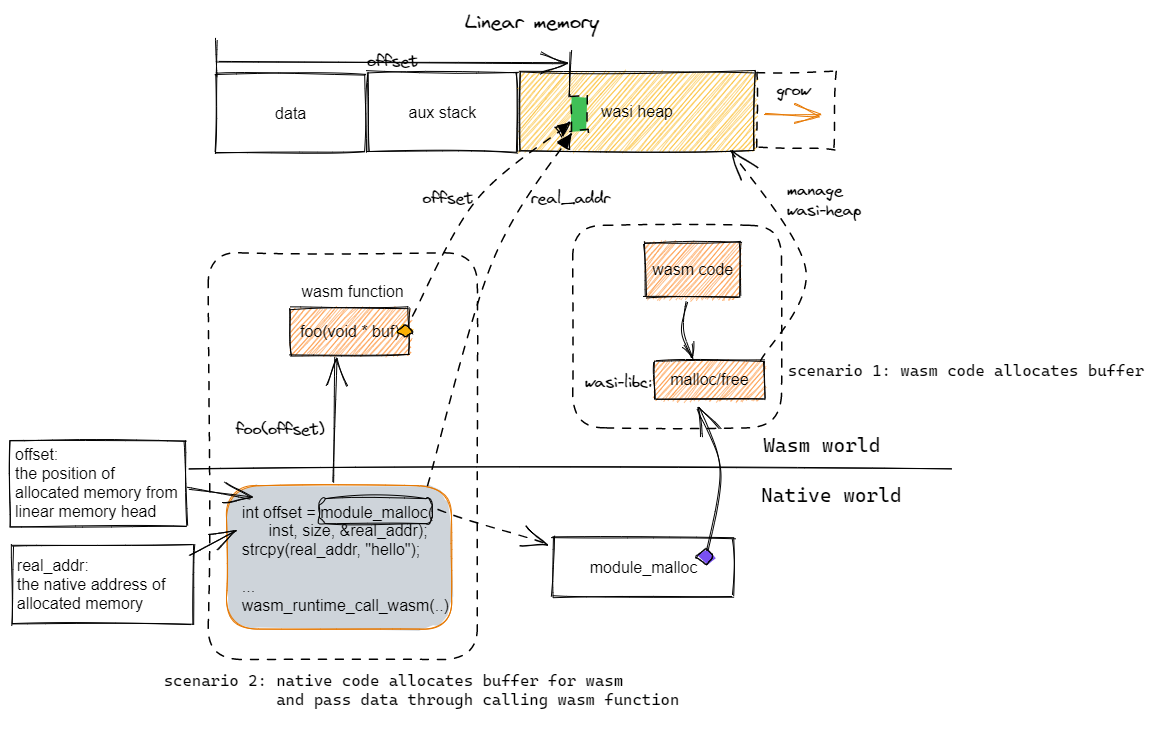
Above: content/en/blog/understand_wamr_heap/wasi_libc.excalidraw.png in bytecodealliance/wamr.dev (Excalidraw), before the change. Source tidied: one line per element, renumbered; positions are measured from the earlier drawing's top-left corner, leaving out a move shared by most shapes.
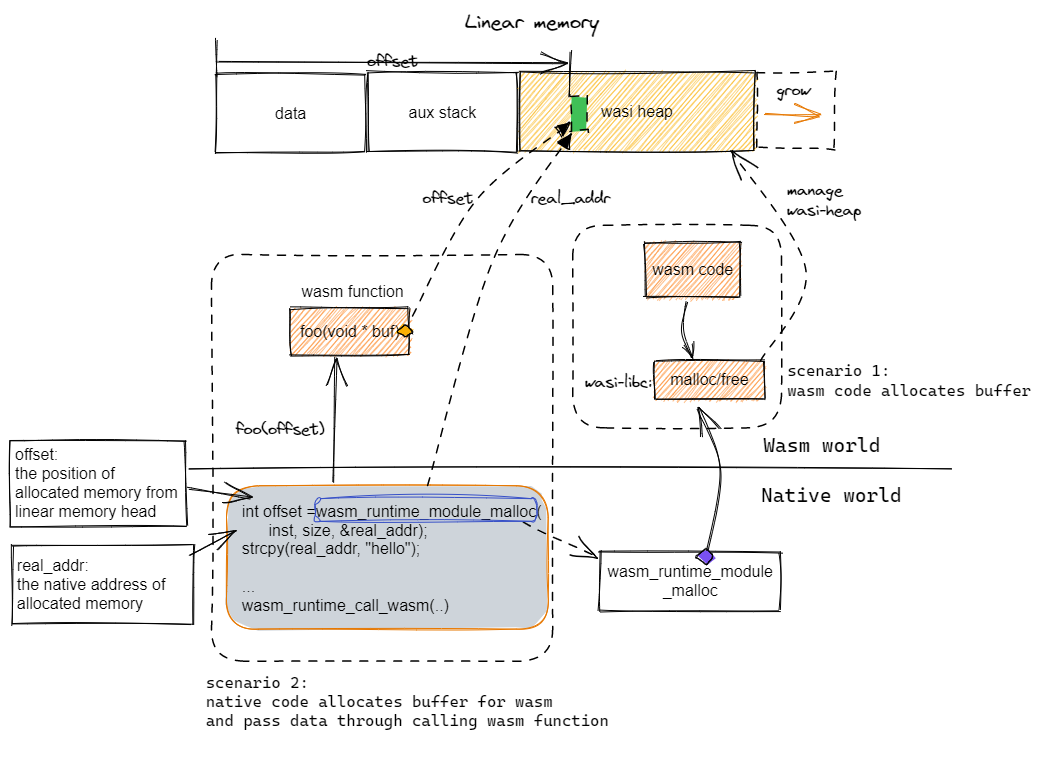
After the change.

The edit, as a diff of the source:
```diff
@@ -13,8 +13,8 @@
 {"id": 12, "type": "line", "strokeColor": "#000000", "strokeWidth": 1, "roughness": 1, "x": 179, "y": 459, "width": 762, "height": 0, "points": [[0, 0], [762, 0]]}
 {"id": 13, "type": "text", "text": "Native world", "strokeColor": "#000000", "strokeWidth": 1, "roughness": 1, "fontSize": 20, "fontFamily": 3, "x": 751, "y": 473, "width": 143, "height": 24}
 {"id": 14, "type": "text", "text": "Wasm world", "strokeColor": "#000000", "strokeWidth": 1, "roughness": 1, "fontSize": 20, "fontFamily": 3, "x": 753, "y": 423, "width": 119, "height": 24}
-{"id": 15, "type": "rectangle", "strokeColor": "#000000", "strokeWidth": 1, "roughness": 1, "x": 543, "y": 527, "width": 181, "height": 59}
+{"id": 15, "type": "rectangle", "strokeColor": "#000000", "strokeWidth": 1, "roughness": 1, "x": 590, "y": 542, "width": 181, "height": 59}
-{"id": 16, "type": "text", "text": "module_malloc", "strokeColor": "#000000", "strokeWidth": 1, "roughness": 1, "fontSize": 16, "fontFamily": 2, "textAlign": "center", "verticalAlign": "middle", "inside": 15, "x": 579, "y": 548, "width": 110, "height": 19}
+{"id": 16, "type": "text", "text": "wasm_runtime_module\n_malloc", "strokeColor": "#000000", "strokeWidth": 1, "roughness": 1, "fontSize": 16, "fontFamily": 2, "textAlign": "center", "verticalAlign": "middle", "inside": 15, "x": 597, "y": 552, "width": 166, "height": 38}
 {"id": 17, "type": "arrow", "strokeColor": "#000000", "backgroundColor": "#fd7e14", "fillStyle": "hachure", "strokeWidth": 1, "roughness": 1, "endArrowhead": "arrow", "round": true, "to": 8, "x": 698, "y": 542, "width": 23, "height": 145, "points": [[0, 0], [13, -81], [-10, -145]]}
 {"id": 18, "type": "rectangle", "strokeColor": "#000000", "strokeWidth": 1, "roughness": 1, "x": 0, "y": 430, "width": 176, "height": 86}
 {"id": 19, "type": "text", "text": "offset: \nthe position of \nallocated memory from\nlinear memory head", "strokeColor": "#000000", "backgroundColor": "#fd7e14", "fillStyle": "hachure", "strokeWidth": 1, "roughness": 1, "fontSize": 16, "fontFamily": 2, "verticalAlign": "middle", "inside": 18, "x": 5, "y": 435, "width": 164, "height": 76}
@@ -22,10 +22,10 @@
 {"id": 21, "type": "text", "text": "foo(void * buf)", "strokeColor": "#000000", "strokeWidth": 1, "strokeStyle": "dashed", "roughness": 1, "fontSize": 16, "fontFamily": 2, "textAlign": "center", "verticalAlign": "middle", "inside": 20, "x": 289, "y": 312, "width": 102, "height": 19}
 {"id": 22, "type": "arrow", "strokeColor": "#000000", "backgroundColor": "#12b886", "fillStyle": "solid", "strokeWidth": 1, "roughness": 1, "endArrowhead": "arrow", "round": true, "from": 36, "to": 20, "x": 322, "y": 472, "width": 3, "height": 125, "points": [[0, 0], [3, -125]]}
 {"id": 23, "type": "text", "text": "manage \nwasi-heap", "strokeColor": "#000000", "backgroundColor": "#82c91e", "fillStyle": "hachure", "strokeWidth": 4, "roughness": 1, "fontSize": 16, "fontFamily": 1, "x": 777, "y": 171, "width": 76, "height": 40}
-{"id": 24, "type": "rectangle", "strokeColor": "#000000", "strokeWidth": 1, "strokeStyle": "dashed", "roughness": 1, "round": true, "x": 198, "y": 243, "width": 269, "height": 407}
+{"id": 24, "type": "rectangle", "strokeColor": "#000000", "strokeWidth": 1, "strokeStyle": "dashed", "roughness": 1, "round": true, "x": 202, "y": 245, "width": 341, "height": 407}
 {"id": 25, "type": "rectangle", "strokeColor": "#000000", "strokeWidth": 1, "strokeStyle": "dashed", "roughness": 1, "round": true, "x": 563, "y": 215, "width": 209, "height": 203}
-{"id": 26, "type": "text", "text": "scenario 1: wasm code allocates buffer", "strokeColor": "#000000", "backgroundColor": "#82c91e", "fillStyle": "hachure", "strokeWidth": 4, "roughness": 1, "fontSize": 16, "fontFamily": 3, "x": 778, "y": 351, "width": 358, "height": 19}
+{"id": 26, "type": "text", "text": "scenario 1: \nwasm code allocates buffer", "strokeColor": "#000000", "backgroundColor": "#82c91e", "fillStyle": "hachure", "strokeWidth": 4, "roughness": 1, "fontSize": 16, "fontFamily": 3, "x": 777, "y": 351, "width": 246, "height": 39}
-{"id": 27, "type": "text", "text": "scenario 2: native code allocates buffer for wasm \n            and pass data through calling wasm function\n", "strokeColor": "#000000", "backgroundColor": "#82c91e", "fillStyle": "hachure", "strokeWidth": 4, "roughness": 1, "fontSize": 16, "fontFamily": 3, "x": 154, "y": 661, "width": 517, "height": 58}
+{"id": 27, "type": "text", "text": "scenario 2: \nnative code allocates buffer for wasm \nand pass data through calling wasm function\n", "strokeColor": "#000000", "backgroundColor": "#82c91e", "fillStyle": "hachure", "strokeWidth": 4, "roughness": 1, "fontSize": 16, "fontFamily": 3, "x": 196, "y": 662, "width": 404, "height": 77}
 {"id": 28, "type": "text", "text": "wasm function", "strokeColor": "#000000", "strokeWidth": 1, "strokeStyle": "dashed", "roughness": 1, "fontSize": 16, "fontFamily": 2, "x": 292, "y": 272, "width": 104, "height": 19}
 {"id": 29, "type": "text", "text": "foo(offset)", "strokeColor": "#000000", "backgroundColor": "#fd7e14", "fillStyle": "hachure", "strokeWidth": 1, "roughness": 1, "fontSize": 16, "fontFamily": 1, "x": 226, "y": 410, "width": 90, "height": 20}
 {"id": 30, "type": "rectangle", "strokeColor": "#000000", "strokeWidth": 1, "strokeStyle": "dashed", "roughness": 1, "x": 747, "y": 63, "width": 78, "height": 76}
@@ -33,13 +33,13 @@
 {"id": 32, "type": "text", "text": "grow", "strokeColor": "#000000", "strokeWidth": 1, "roughness": 1, "fontSize": 16, "fontFamily": 1, "x": 767, "y": 71, "width": 36, "height": 20}
 {"id": 33, "type": "text", "text": "wasi-libc:", "strokeColor": "#000000", "strokeWidth": 1, "roughness": 1, "fontSize": 16, "fontFamily": 1, "x": 575, "y": 363, "width": 69, "height": 20}
 {"id": 34, "type": "text", "text": "Linear memory", "strokeColor": "#000000", "strokeWidth": 1, "roughness": 1, "fontSize": 20, "fontFamily": 1, "x": 455, "y": 0, "width": 136, "height": 25}
-{"id": 35, "type": "rectangle", "strokeColor": "#e67700", "backgroundColor": "#ced4da", "fillStyle": "solid", "strokeWidth": 1, "roughness": 1, "round": true, "x": 217, "y": 476, "width": 225, "height": 143}
+{"id": 35, "type": "rectangle", "strokeColor": "#e67700", "backgroundColor": "#ced4da", "fillStyle": "solid", "strokeWidth": 1, "roughness": 1, "round": true, "x": 217, "y": 476, "width": 322, "height": 143}
-{"id": 36, "type": "text", "text": "int offset = module_malloc(\n      inst, size, &real_addr);\nstrcpy(real_addr, \"hello\");\n\n...\nwasm_runtime_call_wasm(..)\n", "strokeColor": "#000000", "backgroundColor": "#82c91e", "fillStyle": "hachure", "strokeWidth": 4, "roughness": 1, "fontSize": 16, "fontFamily": 2, "x": 232, "y": 493, "width": 208, "height": 131}
+{"id": 36, "type": "text", "text": "int offset =wasm_runtime_module_malloc(\n      inst, size, &real_addr);\nstrcpy(real_addr, \"hello\");\n\n...\nwasm_runtime_call_wasm(..)\n", "strokeColor": "#000000", "backgroundColor": "#82c91e", "fillStyle": "hachure", "strokeWidth": 4, "roughness": 1, "fontSize": 16, "fontFamily": 2, "x": 232, "y": 492, "width": 301, "height": 131}
 {"id": 37, "type": "diamond", "strokeColor": "#000000", "backgroundColor": "#fab005", "fillStyle": "solid", "strokeWidth": 1, "roughness": 1, "round": true, "x": 387, "y": 315, "width": 17, "height": 12}
-{"id": 38, "type": "arrow", "strokeColor": "#000000", "backgroundColor": "#fab005", "fillStyle": "solid", "strokeWidth": 1, "strokeStyle": "dashed", "roughness": 1, "endArrowhead": "arrow", "from": 39, "to": 15, "x": 427, "y": 500, "width": 113, "height": 34, "points": [[0, 0], [113, 34]]}
+{"id": 38, "type": "arrow", "strokeColor": "#000000", "backgroundColor": "#fab005", "fillStyle": "solid", "strokeWidth": 1, "strokeStyle": "dashed", "roughness": 1, "endArrowhead": "arrow", "from": 39, "x": 512, "y": 512, "width": 78, "height": 35, "points": [[0, 0], [78, 35]]}
-{"id": 39, "type": "rectangle", "strokeColor": "#000000", "strokeWidth": 1, "roughness": 2, "round": true, "x": 309, "y": 489, "width": 113, "height": 25}
+{"id": 39, "type": "rectangle", "strokeColor": "#364fc7", "strokeWidth": 1, "roughness": 2, "round": true, "x": 305, "y": 489, "width": 222, "height": 23}
 {"id": 40, "type": "arrow", "strokeColor": "#000000", "strokeWidth": 1, "roughness": 1, "endArrowhead": "arrow", "round": true, "from": 0, "to": 4, "x": 209, "y": 51, "width": 348, "height": 2, "points": [[0, 0], [348, 2]]}
-{"id": 41, "type": "text", "text": "offset", "strokeColor": "#000000", "backgroundColor": "#fab005", "fillStyle": "solid", "strokeWidth": 1, "strokeStyle": "dashed", "roughness": 1, "fontSize": 16, "fontFamily": 1, "textAlign": "center", "verticalAlign": "middle", "inside": 40, "x": 356, "y": 42, "width": 53, "height": 20}
+{"id": 41, "type": "text", "text": "offset", "strokeColor": "#000000", "backgroundColor": "#fab005", "fillStyle": "solid", "strokeWidth": 1, "strokeStyle": "dashed", "roughness": 1, "fontSize": 16, "fontFamily": 1, "textAlign": "center", "verticalAlign": "middle", "inside": 40, "x": 356, "y": 42, "width": 53, "height": 21}
 {"id": 42, "type": "arrow", "strokeColor": "#000000", "strokeWidth": 1, "roughness": 1, "endArrowhead": "arrow", "round": true, "from": 18, "to": 36, "x": 178, "y": 478, "width": 63, "height": 11, "points": [[0, 0], [63, 11]]}
 {"id": 43, "type": "line", "strokeColor": "#000000", "strokeWidth": 1, "roughness": 1, "round": true, "x": 207, "y": 29, "width": 0, "height": 38, "points": [[0, 0], [0, 38]]}
 {"id": 44, "type": "rectangle", "strokeColor": "#000000", "strokeWidth": 1, "roughness": 1, "x": 2, "y": 535, "width": 181, "height": 80}
```
